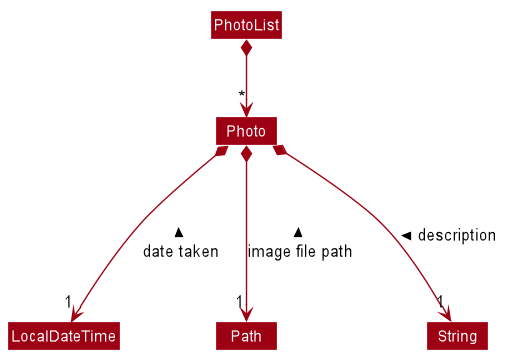
Earlier version of the PlantUML export docs/images/diary/DiaryPhotoModelClassDiagram.png (nus-cs2103-AY1920S1/addressbook-level3).
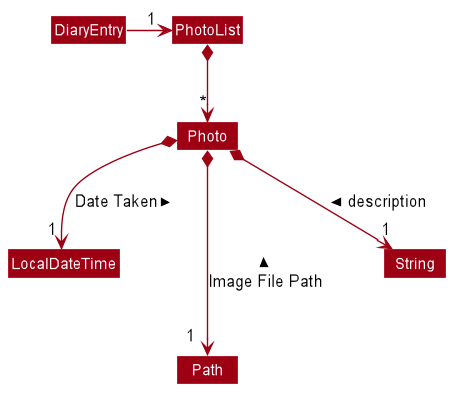
Later version of the same file.

Commit message:
Changes: - Documentation update for project portfolio page, user guide and developer guide - Update some UML diagrams for better formatting

The edit, as a diff of the source:
```diff
@@ -57,10 +57,12 @@
 class Path
 class String
 
+Class HiddenOutside #FFFFFF
+DiaryEntry -right-> "1 " PhotoList
 PhotoList *-down-> "*" Photo
 
-Photo *---> "1" LocalDateTime : date taken <
-Photo *---> "1" Path : image file path <
-Photo *---> "1" String : description <
+Photo *--> "  1" LocalDateTime : Date Taken <
+Photo *---> "          1" Path : Image File Path <
+Photo *--> "                                                        1 " String : description <
 
 @enduml
```
